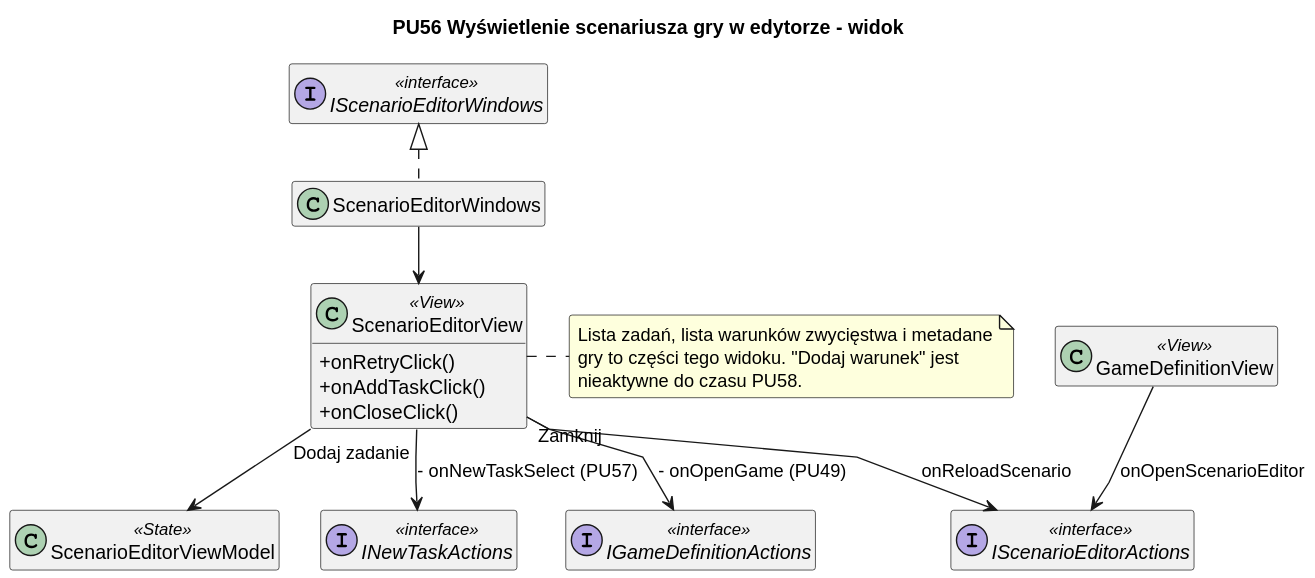
The PlantUML diagram diagrams/frontend/rendered/scenario-editor-view.svg in Igor-Ochocki/POP-2026Z, before a commit.
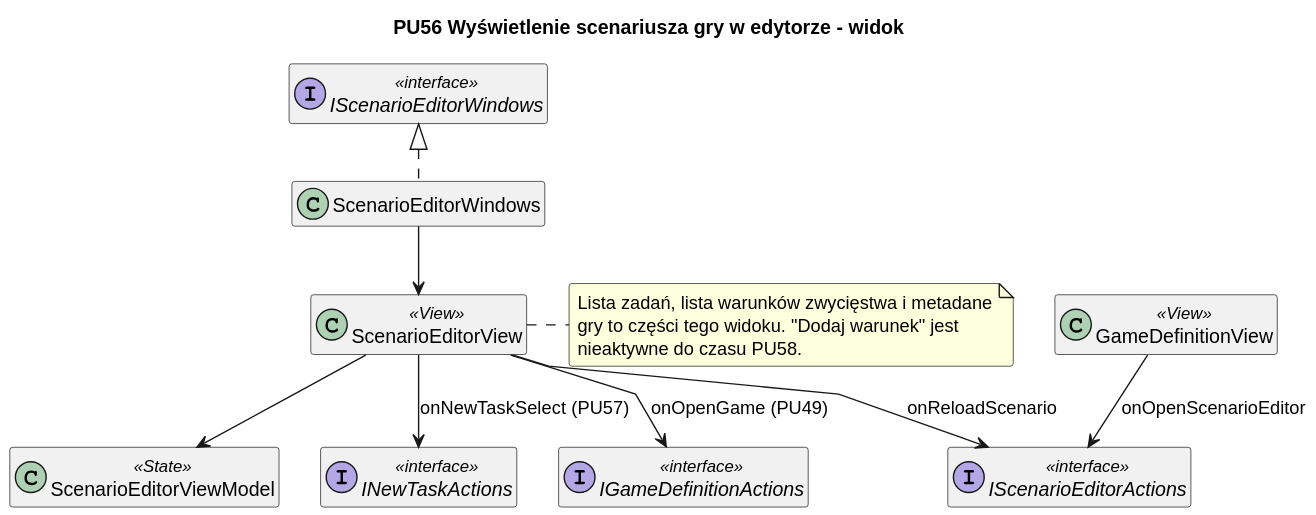
After the commit.

Diff of the diagram source:
```diff
@@ -10,11 +10,7 @@
 
 title PU56 Wyświetlenie scenariusza gry w edytorze - widok
 
-class ScenarioEditorView <<View>> {
-    + onRetryClick()
-    + onAddTaskClick()
-    + onCloseClick()
-}
+class ScenarioEditorView <<View>>
 
 class ScenarioEditorWindows
 interface IScenarioEditorWindows <<interface>>
@@ -30,8 +26,8 @@
 GameDefinitionView --> IScenarioEditorActions : onOpenScenarioEditor
 ScenarioEditorView --> IScenarioEditorActions : onReloadScenario
 ScenarioEditorView --> ScenarioEditorViewModel
-ScenarioEditorView --> INewTaskActions : "Dodaj zadanie" - onNewTaskSelect (PU57)
-ScenarioEditorView --> IGameDefinitionActions : "Zamknij" - onOpenGame (PU49)
+ScenarioEditorView --> INewTaskActions : onNewTaskSelect (PU57)
+ScenarioEditorView --> IGameDefinitionActions : onOpenGame (PU49)
 
 note right of ScenarioEditorView
     Lista zadań, lista warunków zwycięstwa i metadane
```
